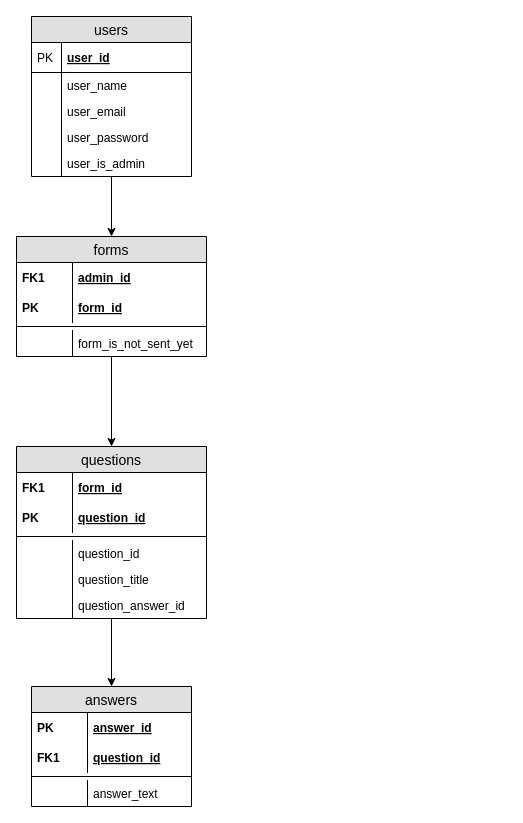
This is tablePlan.drawio from jakabij/FormManagingService, a draw.io file, before an edit. Source tidied: cells renumbered, new cells numbered last; positions are measured from the earlier drawing's top-left corner, leaving out a move shared by most shapes. Both pictures are drawn from the tidied source at 100%, with x=0, y=0 at pixel (16, 16).
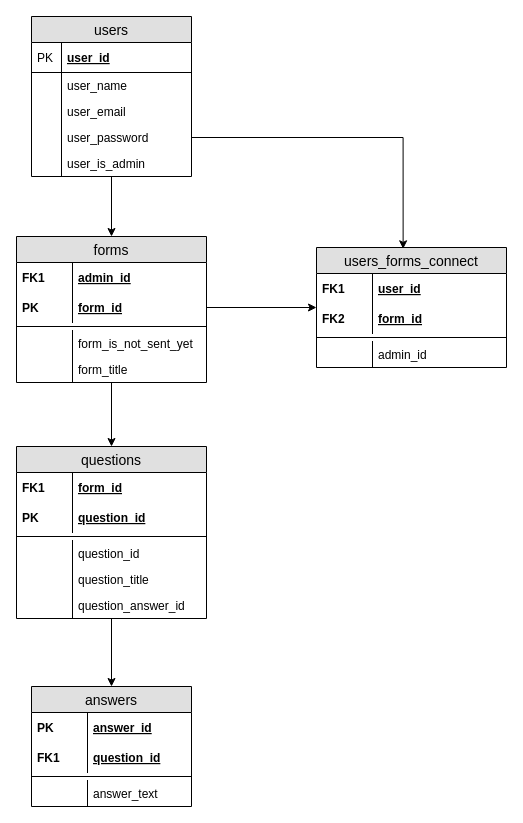
The same page after the edit.

Commit message (it also covers changes not shown here):
Form sending completed for that users who exists in the context.

The change refers to these unchanged cells:
```xml
<mxCell id="10" value="user_password" style="shape=partialRectangle;top=0;left=0;right=0;bottom=0;align=left;verticalAlign=top;fillColor=none;spacingLeft=34;spacingRight=4;overflow=hidden;points=[[0,0.5],[1,0.5]];portConstraint=eastwest;fontSize=12;" parent="3" vertex="1">
  <mxGeometry y="108" width="160" height="26" as="geometry" />
</mxCell>
<mxCell id="18" value="form_id" style="shape=partialRectangle;top=0;left=0;right=0;bottom=0;align=left;verticalAlign=middle;fillColor=none;spacingLeft=60;spacingRight=4;overflow=hidden;points=[[0,0.5],[1,0.5]];portConstraint=eastwest;fontStyle=5;fontSize=12;" parent="15" vertex="1">
  <mxGeometry y="56" width="190" height="30" as="geometry" />
</mxCell>
```

The edit, as a diff of the source:
```diff
@@
     <mxCell id="15" value="forms" style="swimlane;fontStyle=0;horizontal=1;startSize=26;fillColor=#e0e0e0;swimlaneFillColor=#ffffff;align=center;fontSize=14;" parent="1" vertex="1">
-      <mxGeometry y="220" width="190" height="120" as="geometry" />
+      <mxGeometry y="220" width="190" height="146" as="geometry" />
     </mxCell>
@@
+    <mxCell id="44" value="form_title" style="shape=partialRectangle;top=0;left=0;right=0;bottom=0;align=left;verticalAlign=top;fillColor=none;spacingLeft=60;spacingRight=4;overflow=hidden;fontSize=12;" parent="15" vertex="1">
+      <mxGeometry y="120" width="190" height="26" as="geometry" />
+    </mxCell>
+    <mxCell id="45" style="shape=partialRectangle;top=0;left=0;bottom=0;fillColor=none;align=left;verticalAlign=top;spacingLeft=4;spacingRight=4;overflow=hidden;fontSize=12;" parent="44" vertex="1">
+      <mxGeometry width="56" height="26" as="geometry" />
+    </mxCell>
+    <mxCell id="46" value="users_forms_connect" style="swimlane;fontStyle=0;horizontal=1;startSize=26;fillColor=#e0e0e0;swimlaneFillColor=#ffffff;align=center;fontSize=14;" parent="1" vertex="1">
+      <mxGeometry x="300" y="231" width="190" height="120" as="geometry" />
+    </mxCell>
+    <mxCell id="47" value="user_id" style="shape=partialRectangle;top=0;left=0;right=0;bottom=0;align=left;verticalAlign=middle;fillColor=none;spacingLeft=60;spacingRight=4;overflow=hidden;fontStyle=5;fontSize=12;" parent="46" vertex="1">
+      <mxGeometry y="26" width="190" height="30" as="geometry" />
+    </mxCell>
+    <mxCell id="48" value="FK1" style="shape=partialRectangle;fontStyle=1;top=0;left=0;bottom=0;fillColor=none;align=left;verticalAlign=middle;spacingLeft=4;spacingRight=4;overflow=hidden;fontSize=12;" parent="47" vertex="1">
+      <mxGeometry width="56" height="30" as="geometry" />
+    </mxCell>
+    <mxCell id="49" value="form_id" style="shape=partialRectangle;top=0;left=0;right=0;bottom=0;align=left;verticalAlign=middle;fillColor=none;spacingLeft=60;spacingRight=4;overflow=hidden;fontStyle=5;fontSize=12;" parent="46" vertex="1">
+      <mxGeometry y="56" width="190" height="30" as="geometry" />
+    </mxCell>
+    <mxCell id="50" value="FK2" style="shape=partialRectangle;fontStyle=1;top=0;left=0;bottom=0;fillColor=none;align=left;verticalAlign=middle;spacingLeft=4;spacingRight=4;overflow=hidden;fontSize=12;" parent="49" vertex="1">
+      <mxGeometry width="56" height="30" as="geometry" />
+    </mxCell>
+    <mxCell id="51" style="line;strokeWidth=1;fillColor=none;align=left;verticalAlign=middle;spacingTop=-1;spacingLeft=3;spacingRight=3;labelPosition=right;fontSize=12;" parent="46" vertex="1">
+      <mxGeometry y="86" width="190" height="8" as="geometry" />
+    </mxCell>
+    <mxCell id="52" value="admin_id" style="shape=partialRectangle;top=0;left=0;right=0;bottom=0;align=left;verticalAlign=top;fillColor=none;spacingLeft=60;spacingRight=4;overflow=hidden;fontSize=12;" parent="46" vertex="1">
+      <mxGeometry y="94" width="190" height="26" as="geometry" />
+    </mxCell>
+    <mxCell id="53" style="shape=partialRectangle;top=0;left=0;bottom=0;fillColor=none;align=left;verticalAlign=top;spacingLeft=4;spacingRight=4;overflow=hidden;fontSize=12;" parent="52" vertex="1">
+      <mxGeometry width="56" height="26" as="geometry" />
+    </mxCell>
@@
+    <mxCell id="54" style="edgeStyle=orthogonalEdgeStyle;rounded=0;jettySize=auto;html=1;entryX=0.456;entryY=0.011;entryDx=0;entryDy=0;entryPerimeter=0;" parent="1" edge="1" source="10" target="46">
+      <mxGeometry relative="1" as="geometry" />
+    </mxCell>
+    <mxCell id="55" style="edgeStyle=orthogonalEdgeStyle;rounded=0;jettySize=auto;html=1;" parent="1" edge="1" source="18" target="46">
+      <mxGeometry relative="1" as="geometry" />
+    </mxCell>
```
